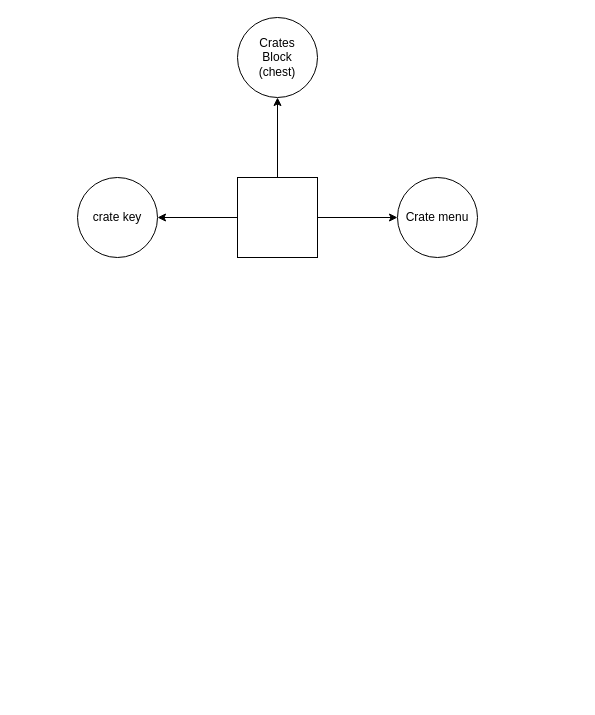
This is idea.drawio from Redstonekey/crate-neoforge-, a draw.io file, before an edit. Source tidied: cells renumbered, new cells numbered last; positions are measured from the earlier drawing's top-left corner, leaving out a move shared by most shapes. Both pictures are drawn from the tidied source at 100%, with x=0, y=0 at pixel (77, 17).
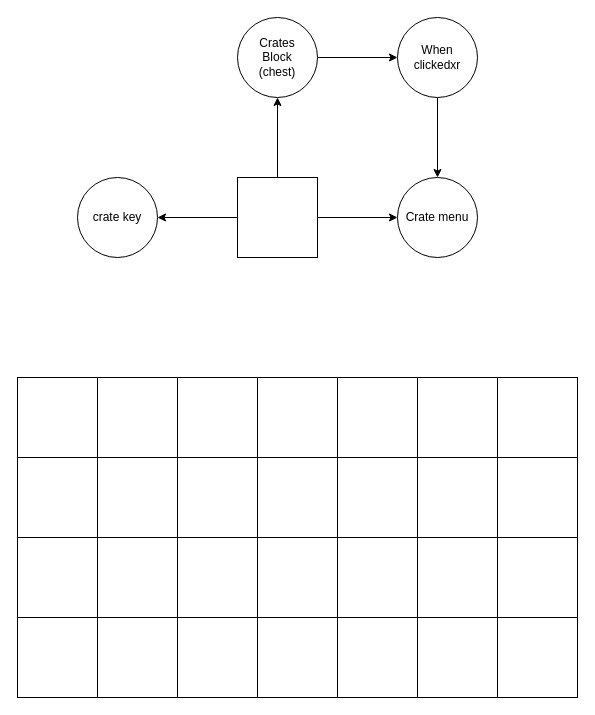
The same page after the edit.

The change refers to these unchanged cells:
```xml
<mxCell id="7" value="Crates&lt;div&gt;Block&lt;br&gt;(chest)&lt;/div&gt;" style="ellipse;whiteSpace=wrap;html=1;" parent="1" vertex="1">
  <mxGeometry x="160" width="80" height="80" as="geometry" />
</mxCell>
<mxCell id="8" value="Crate menu" style="ellipse;whiteSpace=wrap;html=1;" parent="1" vertex="1">
  <mxGeometry x="320" y="160" width="80" height="80" as="geometry" />
</mxCell>
```

Diff of the diagram source:
```diff
@@
+    <mxCell id="9" style="edgeStyle=none;html=1;" parent="1" edge="1" source="7" target="11">
+      <mxGeometry relative="1" as="geometry" />
+    </mxCell>
@@
+    <mxCell id="10" style="edgeStyle=none;html=1;" parent="1" edge="1" source="11" target="8">
+      <mxGeometry relative="1" as="geometry" />
+    </mxCell>
+    <mxCell id="11" value="When clickedxr" style="ellipse;whiteSpace=wrap;html=1;" parent="1" vertex="1">
+      <mxGeometry x="320" width="80" height="80" as="geometry" />
+    </mxCell>
+    <mxCell id="12" style="rounded=0;whiteSpace=wrap;html=1;" parent="1" vertex="1">
+      <mxGeometry x="-60" y="360" width="560" height="320" as="geometry" />
+    </mxCell>
+    <mxCell id="13" style="whiteSpace=wrap;html=1;" parent="1" vertex="1">
+      <mxGeometry x="-60" y="360" width="80" height="80" as="geometry" />
+    </mxCell>
+    <mxCell id="14" style="whiteSpace=wrap;html=1;" parent="1" vertex="1">
+      <mxGeometry x="20" y="360" width="80" height="80" as="geometry" />
+    </mxCell>
+    <mxCell id="15" style="whiteSpace=wrap;html=1;" parent="1" vertex="1">
+      <mxGeometry x="100" y="360" width="80" height="80" as="geometry" />
+    </mxCell>
+    <mxCell id="16" style="whiteSpace=wrap;html=1;" parent="1" vertex="1">
+      <mxGeometry x="180" y="360" width="80" height="80" as="geometry" />
+    </mxCell>
+    <mxCell id="17" style="whiteSpace=wrap;html=1;" parent="1" vertex="1">
+      <mxGeometry x="260" y="360" width="80" height="80" as="geometry" />
+    </mxCell>
+    <mxCell id="18" style="whiteSpace=wrap;html=1;" parent="1" vertex="1">
+      <mxGeometry x="340" y="360" width="80" height="80" as="geometry" />
+    </mxCell>
+    <mxCell id="19" style="whiteSpace=wrap;html=1;" parent="1" vertex="1">
+      <mxGeometry x="420" y="360" width="80" height="80" as="geometry" />
+    </mxCell>
+    <mxCell id="20" style="whiteSpace=wrap;html=1;" parent="1" vertex="1">
+      <mxGeometry x="-60" y="440" width="80" height="80" as="geometry" />
+    </mxCell>
+    <mxCell id="21" style="whiteSpace=wrap;html=1;" parent="1" vertex="1">
+      <mxGeometry x="20" y="440" width="80" height="80" as="geometry" />
+    </mxCell>
+    <mxCell id="22" style="whiteSpace=wrap;html=1;" parent="1" vertex="1">
+      <mxGeometry x="100" y="440" width="80" height="80" as="geometry" />
+    </mxCell>
+    <mxCell id="23" style="whiteSpace=wrap;html=1;" parent="1" vertex="1">
+      <mxGeometry x="180" y="440" width="80" height="80" as="geometry" />
+    </mxCell>
+    <mxCell id="24" style="whiteSpace=wrap;html=1;" parent="1" vertex="1">
+      <mxGeometry x="260" y="440" width="80" height="80" as="geometry" />
+    </mxCell>
+    <mxCell id="25" style="whiteSpace=wrap;html=1;" parent="1" vertex="1">
+      <mxGeometry x="340" y="440" width="80" height="80" as="geometry" />
+    </mxCell>
+    <mxCell id="26" style="whiteSpace=wrap;html=1;" parent="1" vertex="1">
+      <mxGeometry x="420" y="440" width="80" height="80" as="geometry" />
+    </mxCell>
+    <mxCell id="27" style="whiteSpace=wrap;html=1;" parent="1" vertex="1">
+      <mxGeometry x="-60" y="520" width="80" height="80" as="geometry" />
+    </mxCell>
+    <mxCell id="28" style="whiteSpace=wrap;html=1;" parent="1" vertex="1">
+      <mxGeometry x="20" y="520" width="80" height="80" as="geometry" />
+    </mxCell>
+    <mxCell id="29" style="whiteSpace=wrap;html=1;" parent="1" vertex="1">
+      <mxGeometry x="100" y="520" width="80" height="80" as="geometry" />
+    </mxCell>
+    <mxCell id="30" style="whiteSpace=wrap;html=1;" parent="1" vertex="1">
+      <mxGeometry x="180" y="520" width="80" height="80" as="geometry" />
+    </mxCell>
+    <mxCell id="31" style="whiteSpace=wrap;html=1;" parent="1" vertex="1">
+      <mxGeometry x="260" y="520" width="80" height="80" as="geometry" />
+    </mxCell>
+    <mxCell id="32" style="whiteSpace=wrap;html=1;" parent="1" vertex="1">
+      <mxGeometry x="340" y="520" width="80" height="80" as="geometry" />
+    </mxCell>
+    <mxCell id="33" style="whiteSpace=wrap;html=1;" parent="1" vertex="1">
+      <mxGeometry x="420" y="520" width="80" height="80" as="geometry" />
+    </mxCell>
+    <mxCell id="34" style="whiteSpace=wrap;html=1;" parent="1" vertex="1">
+      <mxGeometry x="420" y="600" width="80" height="80" as="geometry" />
+    </mxCell>
+    <mxCell id="35" style="whiteSpace=wrap;html=1;" parent="1" vertex="1">
+      <mxGeometry x="340" y="600" width="80" height="80" as="geometry" />
+    </mxCell>
+    <mxCell id="36" style="whiteSpace=wrap;html=1;" parent="1" vertex="1">
+      <mxGeometry x="260" y="600" width="80" height="80" as="geometry" />
+    </mxCell>
+    <mxCell id="37" style="whiteSpace=wrap;html=1;" parent="1" vertex="1">
+      <mxGeometry x="180" y="600" width="80" height="80" as="geometry" />
+    </mxCell>
+    <mxCell id="38" style="whiteSpace=wrap;html=1;" parent="1" vertex="1">
+      <mxGeometry x="100" y="600" width="80" height="80" as="geometry" />
+    </mxCell>
+    <mxCell id="39" style="whiteSpace=wrap;html=1;" parent="1" vertex="1">
+      <mxGeometry x="20" y="600" width="80" height="80" as="geometry" />
+    </mxCell>
+    <mxCell id="40" style="whiteSpace=wrap;html=1;" parent="1" vertex="1">
+      <mxGeometry x="-60" y="600" width="80" height="80" as="geometry" />
+    </mxCell>
```
